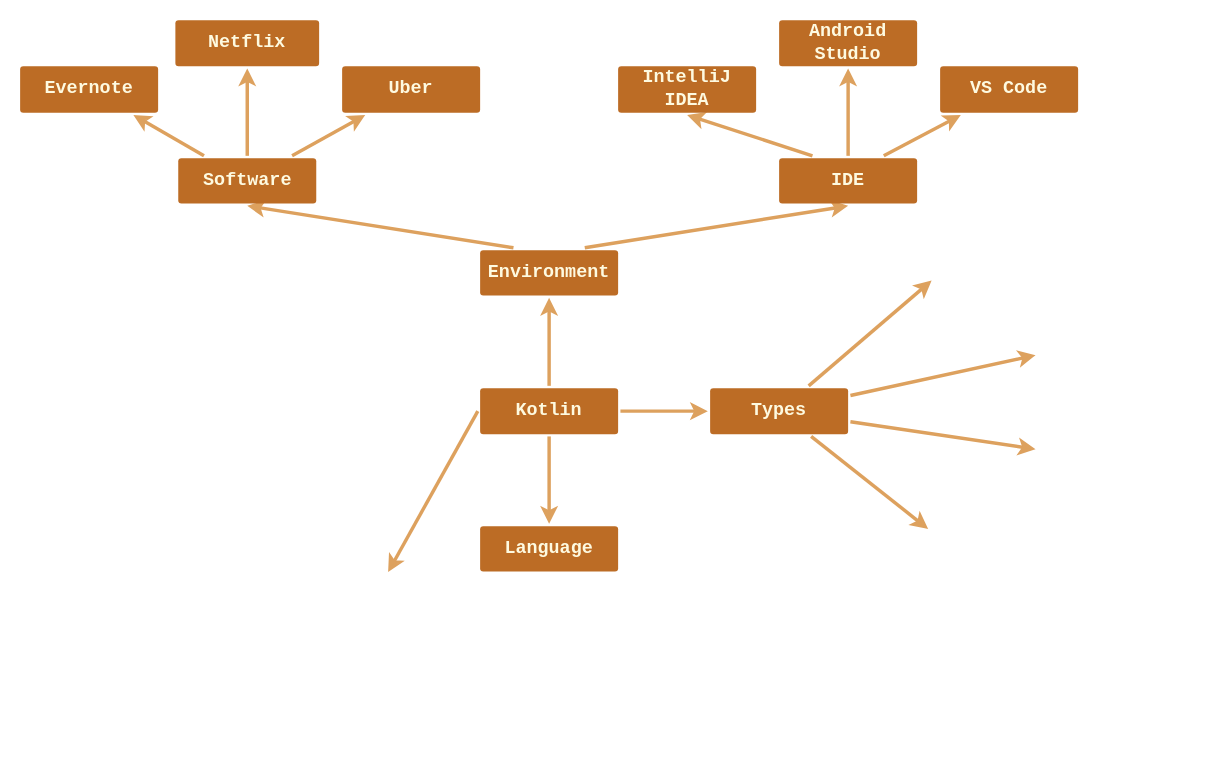
This is Диаграмма без названия.drawio from IvanKr08/Root-Certificate-Updater, a draw.io file, before an edit. Source tidied: cells renumbered, new cells numbered last; positions are measured from the earlier drawing's top-left corner, leaving out a move shared by most shapes. Both pictures are drawn from the tidied source at 115%, with x=0, y=0 at pixel (20, 20).
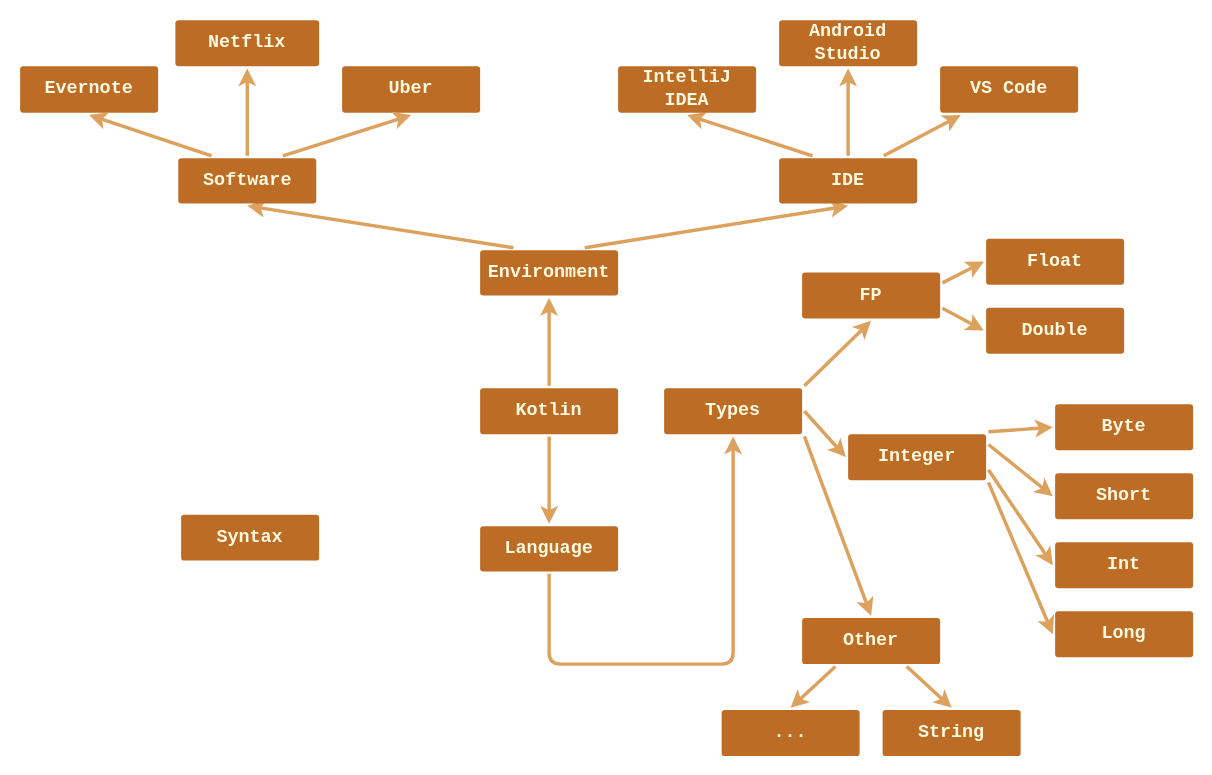
After the change.

The change refers to these unchanged cells:
```xml
<mxCell id="6" value="Kotlin" style="rounded=1;whiteSpace=wrap;html=1;shadow=0;labelBackgroundColor=none;strokeColor=none;strokeWidth=3;fillColor=#BC6C25;fontFamily=Courier New;fontSize=16;fontColor=#FEFAE0;align=center;fontStyle=1;spacing=5;arcSize=7;perimeterSpacing=2;" parent="1" vertex="1">
  <mxGeometry x="400" y="320" width="120" height="40" as="geometry" />
</mxCell>
<mxCell id="7" value="Software" style="rounded=1;whiteSpace=wrap;html=1;shadow=0;labelBackgroundColor=none;strokeColor=none;strokeWidth=3;fillColor=#BC6C25;fontFamily=Courier New;fontSize=16;fontColor=#FEFAE0;align=center;spacing=5;fontStyle=1;arcSize=7;perimeterSpacing=2;" parent="1" vertex="1">
  <mxGeometry x="137.5" y="120" width="120" height="39.5" as="geometry" />
</mxCell>
<mxCell id="8" value="Uber" style="rounded=1;whiteSpace=wrap;html=1;shadow=0;labelBackgroundColor=none;strokeColor=none;strokeWidth=3;fillColor=#BC6C25;fontFamily=Courier New;fontSize=16;fontColor=#FEFAE0;align=center;spacing=5;arcSize=7;perimeterSpacing=2;fontStyle=1;" parent="1" vertex="1">
  <mxGeometry x="280" y="40" width="120" height="40.5" as="geometry" />
</mxCell>
<mxCell id="10" value="Netflix" style="rounded=1;whiteSpace=wrap;html=1;shadow=0;labelBackgroundColor=none;strokeColor=none;strokeWidth=3;fillColor=#BC6C25;fontFamily=Courier New;fontSize=16;fontColor=#FEFAE0;align=center;spacing=5;arcSize=7;perimeterSpacing=2;fontStyle=1;" parent="1" vertex="1">
  <mxGeometry x="135" width="125" height="40" as="geometry" />
</mxCell>
<mxCell id="12" value="Evernote" style="rounded=1;whiteSpace=wrap;html=1;shadow=0;labelBackgroundColor=none;strokeColor=none;strokeWidth=3;fillColor=#BC6C25;fontFamily=Courier New;fontSize=16;fontColor=#FEFAE0;align=center;spacing=5;arcSize=7;perimeterSpacing=2;fontStyle=1;" parent="1" vertex="1">
  <mxGeometry y="40" width="120" height="40.5" as="geometry" />
</mxCell>
<mxCell id="22" value="IDE" style="rounded=1;whiteSpace=wrap;html=1;shadow=0;labelBackgroundColor=none;strokeColor=none;strokeWidth=3;fillColor=#BC6C25;fontFamily=Courier New;fontSize=16;fontColor=#FEFAE0;align=center;spacing=5;fontStyle=1;arcSize=7;perimeterSpacing=2;" parent="1" vertex="1">
  <mxGeometry x="660" y="120" width="120" height="39.5" as="geometry" />
</mxCell>
<mxCell id="25" value="Android Studio" style="rounded=1;whiteSpace=wrap;html=1;shadow=0;labelBackgroundColor=none;strokeColor=none;strokeWidth=3;fillColor=#BC6C25;fontFamily=Courier New;fontSize=16;fontColor=#FEFAE0;align=center;spacing=5;arcSize=7;perimeterSpacing=2;fontStyle=1;" parent="1" vertex="1">
  <mxGeometry x="660" width="120" height="40" as="geometry" />
</mxCell>
<mxCell id="29" value="Language" style="rounded=1;whiteSpace=wrap;html=1;shadow=0;labelBackgroundColor=none;strokeColor=none;strokeWidth=3;fillColor=#BC6C25;fontFamily=Courier New;fontSize=16;fontColor=#FEFAE0;align=center;spacing=5;fontStyle=1;arcSize=7;perimeterSpacing=2;" parent="1" vertex="1">
  <mxGeometry x="400" y="440" width="120" height="39.5" as="geometry" />
</mxCell>
```

What changed in the source:
```diff
@@
-    <mxCell id="3" style="edgeStyle=none;rounded=1;jumpStyle=none;html=1;shadow=0;labelBackgroundColor=none;startArrow=none;startFill=0;endArrow=classic;endFill=1;jettySize=auto;strokeColor=#DDA15E;strokeWidth=3;fontFamily=Courier New;fontSize=16;fontColor=default;spacing=5;fontStyle=1;" parent="1" edge="1" source="6" target="14">
-      <mxGeometry relative="1" as="geometry" />
+    <mxCell id="3" style="edgeStyle=none;rounded=1;jumpStyle=none;html=1;shadow=0;labelBackgroundColor=none;startArrow=none;startFill=0;endArrow=classic;endFill=1;jettySize=auto;strokeColor=#DDA15E;strokeWidth=3;fontFamily=Courier New;fontSize=16;fontColor=default;spacing=5;fontStyle=1;exitX=0.5;exitY=1;exitDx=0;exitDy=0;" parent="1" edge="1" source="29" target="14">
+      <mxGeometry relative="1" as="geometry">
+        <Array as="points">
+          <mxPoint x="460" y="560" />
+          <mxPoint x="620" y="560" />
+        </Array>
+      </mxGeometry>
     </mxCell>
@@
-    <mxCell id="5" style="edgeStyle=none;rounded=1;jumpStyle=none;html=1;shadow=0;labelBackgroundColor=none;startArrow=none;startFill=0;endArrow=classic;endFill=1;jettySize=auto;strokeColor=#DDA15E;strokeWidth=3;fontFamily=Courier New;fontSize=16;fontColor=default;spacing=5;fontStyle=1;exitX=0;exitY=0.5;exitDx=0;exitDy=0;" parent="1" edge="1" source="6">
-      <mxGeometry relative="1" as="geometry">
-        <mxPoint x="320" y="480" as="targetPoint" />
-      </mxGeometry>
-    </mxCell>
@@
-    <mxCell id="9" style="edgeStyle=none;rounded=1;jumpStyle=none;html=1;shadow=0;labelBackgroundColor=none;startArrow=none;startFill=0;endArrow=classic;endFill=1;jettySize=auto;strokeColor=#DDA15E;strokeWidth=3;fontFamily=Courier New;fontSize=16;fontColor=default;spacing=5;fontStyle=1;" parent="1" edge="1" source="7" target="8">
+    <mxCell id="9" style="edgeStyle=none;rounded=1;jumpStyle=none;html=1;shadow=0;labelBackgroundColor=none;startArrow=none;startFill=0;endArrow=classic;endFill=1;jettySize=auto;strokeColor=#DDA15E;strokeWidth=3;fontFamily=Courier New;fontSize=16;fontColor=default;spacing=5;fontStyle=1;entryX=0.5;entryY=1;entryDx=0;entryDy=0;exitX=0.75;exitY=0;exitDx=0;exitDy=0;" parent="1" edge="1" source="7" target="8">
       <mxGeometry relative="1" as="geometry" />
     </mxCell>
@@
-    <mxCell id="11" style="edgeStyle=none;rounded=1;jumpStyle=none;html=1;shadow=0;labelBackgroundColor=none;startArrow=none;startFill=0;endArrow=classic;endFill=1;jettySize=auto;strokeColor=#DDA15E;strokeWidth=3;fontFamily=Courier New;fontSize=16;fontColor=default;spacing=5;fontStyle=1;" parent="1" edge="1" source="7" target="10">
+    <mxCell id="11" style="edgeStyle=none;rounded=1;jumpStyle=none;html=1;shadow=0;labelBackgroundColor=none;startArrow=none;startFill=0;endArrow=classic;endFill=1;jettySize=auto;strokeColor=#DDA15E;strokeWidth=3;fontFamily=Courier New;fontSize=16;fontColor=default;spacing=5;fontStyle=1;entryX=0.5;entryY=1;entryDx=0;entryDy=0;exitX=0.5;exitY=0;exitDx=0;exitDy=0;" parent="1" edge="1" source="7" target="10">
       <mxGeometry relative="1" as="geometry" />
     </mxCell>
@@
-    <mxCell id="13" style="edgeStyle=none;rounded=1;jumpStyle=none;html=1;shadow=0;labelBackgroundColor=none;startArrow=none;startFill=0;endArrow=classic;endFill=1;jettySize=auto;strokeColor=#DDA15E;strokeWidth=3;fontFamily=Courier New;fontSize=16;fontColor=default;spacing=5;fontStyle=1;" parent="1" edge="1" source="7" target="12">
+    <mxCell id="13" style="edgeStyle=none;rounded=1;jumpStyle=none;html=1;shadow=0;labelBackgroundColor=none;startArrow=none;startFill=0;endArrow=classic;endFill=1;jettySize=auto;strokeColor=#DDA15E;strokeWidth=3;fontFamily=Courier New;fontSize=16;fontColor=default;spacing=5;fontStyle=1;entryX=0.5;entryY=1;entryDx=0;entryDy=0;exitX=0.25;exitY=0;exitDx=0;exitDy=0;" parent="1" edge="1" source="7" target="12">
       <mxGeometry relative="1" as="geometry" />
     </mxCell>
     <mxCell id="14" value="Types" style="rounded=1;whiteSpace=wrap;html=1;shadow=0;labelBackgroundColor=none;strokeColor=none;strokeWidth=3;fillColor=#BC6C25;fontFamily=Courier New;fontSize=16;fontColor=#FEFAE0;align=center;spacing=5;fontStyle=1;arcSize=7;perimeterSpacing=2;" parent="1" vertex="1">
-      <mxGeometry x="600" y="320" width="120" height="40" as="geometry" />
+      <mxGeometry x="560" y="320" width="120" height="40" as="geometry" />
     </mxCell>
-    <mxCell id="15" style="edgeStyle=none;rounded=1;jumpStyle=none;html=1;shadow=0;labelBackgroundColor=none;startArrow=none;startFill=0;jettySize=auto;strokeColor=#DDA15E;strokeWidth=3;fontFamily=Courier New;fontSize=16;fontColor=default;spacing=5;fontStyle=1;fillColor=#BC6C25;" parent="1" edge="1" source="14">
-      <mxGeometry relative="1" as="geometry">
-        <mxPoint x="789.6" y="442.5" as="targetPoint" />
-      </mxGeometry>
-    </mxCell>
-    <mxCell id="16" style="edgeStyle=none;rounded=1;jumpStyle=none;html=1;shadow=0;labelBackgroundColor=none;startArrow=none;startFill=0;jettySize=auto;strokeColor=#DDA15E;strokeWidth=3;fontFamily=Courier New;fontSize=16;fontColor=default;spacing=5;fontStyle=1;fillColor=#BC6C25;" parent="1" edge="1" source="14">
-      <mxGeometry relative="1" as="geometry">
-        <mxPoint x="883" y="373.1" as="targetPoint" />
-      </mxGeometry>
+    <mxCell id="16" style="edgeStyle=none;rounded=1;jumpStyle=none;html=1;shadow=0;labelBackgroundColor=none;startArrow=none;startFill=0;jettySize=auto;strokeColor=#DDA15E;strokeWidth=3;fontFamily=Courier New;fontSize=16;fontColor=default;spacing=5;fontStyle=1;fillColor=#BC6C25;exitX=1;exitY=1;exitDx=0;exitDy=0;entryX=0.5;entryY=0;entryDx=0;entryDy=0;" parent="1" edge="1" source="14" target="32">
+      <mxGeometry relative="1" as="geometry" />
     </mxCell>
-    <mxCell id="17" style="edgeStyle=none;rounded=1;jumpStyle=none;html=1;shadow=0;labelBackgroundColor=none;startArrow=none;startFill=0;jettySize=auto;strokeColor=#DDA15E;strokeWidth=3;fontFamily=Courier New;fontSize=16;fontColor=default;spacing=5;fontStyle=1;fillColor=#BC6C25;" parent="1" edge="1" source="14">
-      <mxGeometry relative="1" as="geometry">
-        <mxPoint x="883" y="291.3" as="targetPoint" />
-      </mxGeometry>
+    <mxCell id="17" style="edgeStyle=none;rounded=1;jumpStyle=none;html=1;shadow=0;labelBackgroundColor=none;startArrow=none;startFill=0;jettySize=auto;strokeColor=#DDA15E;strokeWidth=3;fontFamily=Courier New;fontSize=16;fontColor=default;spacing=5;fontStyle=1;fillColor=#BC6C25;exitX=1;exitY=0.5;exitDx=0;exitDy=0;entryX=0;entryY=0.5;entryDx=0;entryDy=0;" parent="1" edge="1" source="14" target="31">
+      <mxGeometry relative="1" as="geometry" />
     </mxCell>
-    <mxCell id="18" style="edgeStyle=none;rounded=1;jumpStyle=none;html=1;shadow=0;labelBackgroundColor=none;startArrow=none;startFill=0;jettySize=auto;strokeColor=#DDA15E;strokeWidth=3;fontFamily=Courier New;fontSize=16;fontColor=default;spacing=5;fontStyle=1;fillColor=#BC6C25;" parent="1" edge="1" source="14">
-      <mxGeometry relative="1" as="geometry">
-        <mxPoint x="792.6" y="226.5" as="targetPoint" />
-      </mxGeometry>
+    <mxCell id="18" style="edgeStyle=none;rounded=1;jumpStyle=none;html=1;shadow=0;labelBackgroundColor=none;startArrow=none;startFill=0;jettySize=auto;strokeColor=#DDA15E;strokeWidth=3;fontFamily=Courier New;fontSize=16;fontColor=default;spacing=5;fontStyle=1;fillColor=#BC6C25;entryX=0.5;entryY=1;entryDx=0;entryDy=0;exitX=1;exitY=0;exitDx=0;exitDy=0;" parent="1" edge="1" source="14" target="30">
+      <mxGeometry relative="1" as="geometry" />
     </mxCell>
@@
-    <mxCell id="26" style="edgeStyle=none;rounded=1;jumpStyle=none;html=1;shadow=0;labelBackgroundColor=none;startArrow=none;startFill=0;endArrow=classic;endFill=1;jettySize=auto;strokeColor=#DDA15E;strokeWidth=3;fontFamily=Courier New;fontSize=16;fontColor=default;spacing=5;fontStyle=1;exitX=0.5;exitY=0;exitDx=0;exitDy=0;" parent="1" edge="1" source="22" target="25">
+    <mxCell id="26" style="edgeStyle=none;rounded=1;jumpStyle=none;html=1;shadow=0;labelBackgroundColor=none;startArrow=none;startFill=0;endArrow=classic;endFill=1;jettySize=auto;strokeColor=#DDA15E;strokeWidth=3;fontFamily=Courier New;fontSize=16;fontColor=default;spacing=5;fontStyle=1;exitX=0.5;exitY=0;exitDx=0;exitDy=0;entryX=0.5;entryY=1;entryDx=0;entryDy=0;" parent="1" edge="1" source="22" target="25">
       <mxGeometry relative="1" as="geometry" />
     </mxCell>
@@
+    <mxCell id="30" value="FP" style="rounded=1;whiteSpace=wrap;html=1;shadow=0;labelBackgroundColor=none;strokeColor=none;strokeWidth=3;fillColor=#BC6C25;fontFamily=Courier New;fontSize=16;fontColor=#FEFAE0;align=center;spacing=5;fontStyle=1;arcSize=7;perimeterSpacing=2;" parent="1" vertex="1">
+      <mxGeometry x="680" y="219.5" width="120" height="40" as="geometry" />
+    </mxCell>
+    <mxCell id="31" value="Integer" style="rounded=1;whiteSpace=wrap;html=1;shadow=0;labelBackgroundColor=none;strokeColor=none;strokeWidth=3;fillColor=#BC6C25;fontFamily=Courier New;fontSize=16;fontColor=#FEFAE0;align=center;spacing=5;fontStyle=1;arcSize=7;perimeterSpacing=2;" parent="1" vertex="1">
+      <mxGeometry x="720" y="360" width="120" height="40" as="geometry" />
+    </mxCell>
+    <mxCell id="32" value="Other" style="rounded=1;whiteSpace=wrap;html=1;shadow=0;labelBackgroundColor=none;strokeColor=none;strokeWidth=3;fillColor=#BC6C25;fontFamily=Courier New;fontSize=16;fontColor=#FEFAE0;align=center;spacing=5;fontStyle=1;arcSize=7;perimeterSpacing=2;" parent="1" vertex="1">
+      <mxGeometry x="680" y="520" width="120" height="40" as="geometry" />
+    </mxCell>
+    <mxCell id="33" value="Double" style="rounded=1;whiteSpace=wrap;html=1;shadow=0;labelBackgroundColor=none;strokeColor=none;strokeWidth=3;fillColor=#BC6C25;fontFamily=Courier New;fontSize=16;fontColor=#FEFAE0;align=center;spacing=5;fontStyle=1;arcSize=7;perimeterSpacing=2;" parent="1" vertex="1">
+      <mxGeometry x="840" y="250" width="120" height="40" as="geometry" />
+    </mxCell>
+    <mxCell id="34" value="Float" style="rounded=1;whiteSpace=wrap;html=1;shadow=0;labelBackgroundColor=none;strokeColor=none;strokeWidth=3;fillColor=#BC6C25;fontFamily=Courier New;fontSize=16;fontColor=#FEFAE0;align=center;spacing=5;fontStyle=1;arcSize=7;perimeterSpacing=2;" parent="1" vertex="1">
+      <mxGeometry x="840" y="190" width="120" height="40" as="geometry" />
+    </mxCell>
+    <mxCell id="35" style="edgeStyle=none;rounded=1;jumpStyle=none;html=1;shadow=0;labelBackgroundColor=none;startArrow=none;startFill=0;jettySize=auto;strokeColor=#DDA15E;strokeWidth=3;fontFamily=Courier New;fontSize=16;fontColor=default;spacing=5;fontStyle=1;fillColor=#BC6C25;exitX=1;exitY=0.75;exitDx=0;exitDy=0;entryX=0;entryY=0.5;entryDx=0;entryDy=0;" parent="1" edge="1" source="30" target="33">
+      <mxGeometry relative="1" as="geometry" />
+    </mxCell>
+    <mxCell id="36" style="edgeStyle=none;rounded=1;jumpStyle=none;html=1;shadow=0;labelBackgroundColor=none;startArrow=none;startFill=0;jettySize=auto;strokeColor=#DDA15E;strokeWidth=3;fontFamily=Courier New;fontSize=16;fontColor=default;spacing=5;fontStyle=1;fillColor=#BC6C25;exitX=1;exitY=0.25;exitDx=0;exitDy=0;entryX=0;entryY=0.5;entryDx=0;entryDy=0;" parent="1" edge="1" source="30" target="34">
+      <mxGeometry relative="1" as="geometry" />
+    </mxCell>
+    <mxCell id="37" value="Short" style="rounded=1;whiteSpace=wrap;html=1;shadow=0;labelBackgroundColor=none;strokeColor=none;strokeWidth=3;fillColor=#BC6C25;fontFamily=Courier New;fontSize=16;fontColor=#FEFAE0;align=center;spacing=5;fontStyle=1;arcSize=7;perimeterSpacing=2;" parent="1" vertex="1">
+      <mxGeometry x="900" y="394" width="120" height="40" as="geometry" />
+    </mxCell>
+    <mxCell id="38" value="Byte" style="rounded=1;whiteSpace=wrap;html=1;shadow=0;labelBackgroundColor=none;strokeColor=none;strokeWidth=3;fillColor=#BC6C25;fontFamily=Courier New;fontSize=16;fontColor=#FEFAE0;align=center;spacing=5;fontStyle=1;arcSize=7;perimeterSpacing=2;" parent="1" vertex="1">
+      <mxGeometry x="900" y="334" width="120" height="40" as="geometry" />
+    </mxCell>
+    <mxCell id="39" style="edgeStyle=none;rounded=1;jumpStyle=none;html=1;shadow=0;labelBackgroundColor=none;startArrow=none;startFill=0;jettySize=auto;strokeColor=#DDA15E;strokeWidth=3;fontFamily=Courier New;fontSize=16;fontColor=default;spacing=5;fontStyle=1;fillColor=#BC6C25;exitX=1;exitY=0.25;exitDx=0;exitDy=0;entryX=0;entryY=0.5;entryDx=0;entryDy=0;" parent="1" edge="1" source="31" target="37">
+      <mxGeometry relative="1" as="geometry" />
+    </mxCell>
+    <mxCell id="40" style="edgeStyle=none;rounded=1;jumpStyle=none;html=1;shadow=0;labelBackgroundColor=none;startArrow=none;startFill=0;jettySize=auto;strokeColor=#DDA15E;strokeWidth=3;fontFamily=Courier New;fontSize=16;fontColor=default;spacing=5;fontStyle=1;fillColor=#BC6C25;exitX=1;exitY=0;exitDx=0;exitDy=0;entryX=0;entryY=0.5;entryDx=0;entryDy=0;" parent="1" edge="1" source="31" target="38">
+      <mxGeometry relative="1" as="geometry" />
+    </mxCell>
+    <mxCell id="41" value="Long" style="rounded=1;whiteSpace=wrap;html=1;shadow=0;labelBackgroundColor=none;strokeColor=none;strokeWidth=3;fillColor=#BC6C25;fontFamily=Courier New;fontSize=16;fontColor=#FEFAE0;align=center;spacing=5;fontStyle=1;arcSize=7;perimeterSpacing=2;" parent="1" vertex="1">
+      <mxGeometry x="900" y="514" width="120" height="40" as="geometry" />
+    </mxCell>
+    <mxCell id="42" value="Int" style="rounded=1;whiteSpace=wrap;html=1;shadow=0;labelBackgroundColor=none;strokeColor=none;strokeWidth=3;fillColor=#BC6C25;fontFamily=Courier New;fontSize=16;fontColor=#FEFAE0;align=center;spacing=5;fontStyle=1;arcSize=7;perimeterSpacing=2;" parent="1" vertex="1">
+      <mxGeometry x="900" y="454" width="120" height="40" as="geometry" />
+    </mxCell>
+    <mxCell id="43" style="edgeStyle=none;rounded=1;jumpStyle=none;html=1;shadow=0;labelBackgroundColor=none;startArrow=none;startFill=0;jettySize=auto;strokeColor=#DDA15E;strokeWidth=3;fontFamily=Courier New;fontSize=16;fontColor=default;spacing=5;fontStyle=1;fillColor=#BC6C25;exitX=1;exitY=1;exitDx=0;exitDy=0;entryX=0;entryY=0.5;entryDx=0;entryDy=0;" parent="1" edge="1" source="31" target="41">
+      <mxGeometry relative="1" as="geometry" />
+    </mxCell>
+    <mxCell id="44" style="edgeStyle=none;rounded=1;jumpStyle=none;html=1;shadow=0;labelBackgroundColor=none;startArrow=none;startFill=0;jettySize=auto;strokeColor=#DDA15E;strokeWidth=3;fontFamily=Courier New;fontSize=16;fontColor=default;spacing=5;fontStyle=1;fillColor=#BC6C25;exitX=1;exitY=0.75;exitDx=0;exitDy=0;entryX=0;entryY=0.5;entryDx=0;entryDy=0;" parent="1" edge="1" source="31" target="42">
+      <mxGeometry relative="1" as="geometry" />
+    </mxCell>
+    <mxCell id="45" value="String" style="rounded=1;whiteSpace=wrap;html=1;shadow=0;labelBackgroundColor=none;strokeColor=none;strokeWidth=3;fillColor=#BC6C25;fontFamily=Courier New;fontSize=16;fontColor=#FEFAE0;align=center;spacing=5;fontStyle=1;arcSize=7;perimeterSpacing=2;" parent="1" vertex="1">
+      <mxGeometry x="750" y="600" width="120" height="40" as="geometry" />
+    </mxCell>
+    <mxCell id="46" value="..." style="rounded=1;whiteSpace=wrap;html=1;shadow=0;labelBackgroundColor=none;strokeColor=none;strokeWidth=3;fillColor=#BC6C25;fontFamily=Courier New;fontSize=16;fontColor=#FEFAE0;align=center;spacing=5;fontStyle=1;arcSize=7;perimeterSpacing=2;" parent="1" vertex="1">
+      <mxGeometry x="610" y="600" width="120" height="40" as="geometry" />
+    </mxCell>
+    <mxCell id="47" style="edgeStyle=none;rounded=1;jumpStyle=none;html=1;shadow=0;labelBackgroundColor=none;startArrow=none;startFill=0;jettySize=auto;strokeColor=#DDA15E;strokeWidth=3;fontFamily=Courier New;fontSize=16;fontColor=default;spacing=5;fontStyle=1;fillColor=#BC6C25;exitX=0.75;exitY=1;exitDx=0;exitDy=0;entryX=0.5;entryY=0;entryDx=0;entryDy=0;" parent="1" edge="1" source="32" target="45">
+      <mxGeometry relative="1" as="geometry" />
+    </mxCell>
+    <mxCell id="48" style="edgeStyle=none;rounded=1;jumpStyle=none;html=1;shadow=0;labelBackgroundColor=none;startArrow=none;startFill=0;jettySize=auto;strokeColor=#DDA15E;strokeWidth=3;fontFamily=Courier New;fontSize=16;fontColor=default;spacing=5;fontStyle=1;fillColor=#BC6C25;exitX=0.25;exitY=1;exitDx=0;exitDy=0;entryX=0.5;entryY=0;entryDx=0;entryDy=0;" parent="1" edge="1" source="32" target="46">
+      <mxGeometry relative="1" as="geometry" />
+    </mxCell>
+    <mxCell id="49" value="Syntax" style="rounded=1;whiteSpace=wrap;html=1;shadow=0;labelBackgroundColor=none;strokeColor=none;strokeWidth=3;fillColor=#BC6C25;fontFamily=Courier New;fontSize=16;fontColor=#FEFAE0;align=center;spacing=5;fontStyle=1;arcSize=7;perimeterSpacing=2;" parent="1" vertex="1">
+      <mxGeometry x="140" y="430" width="120" height="40" as="geometry" />
+    </mxCell>
```
